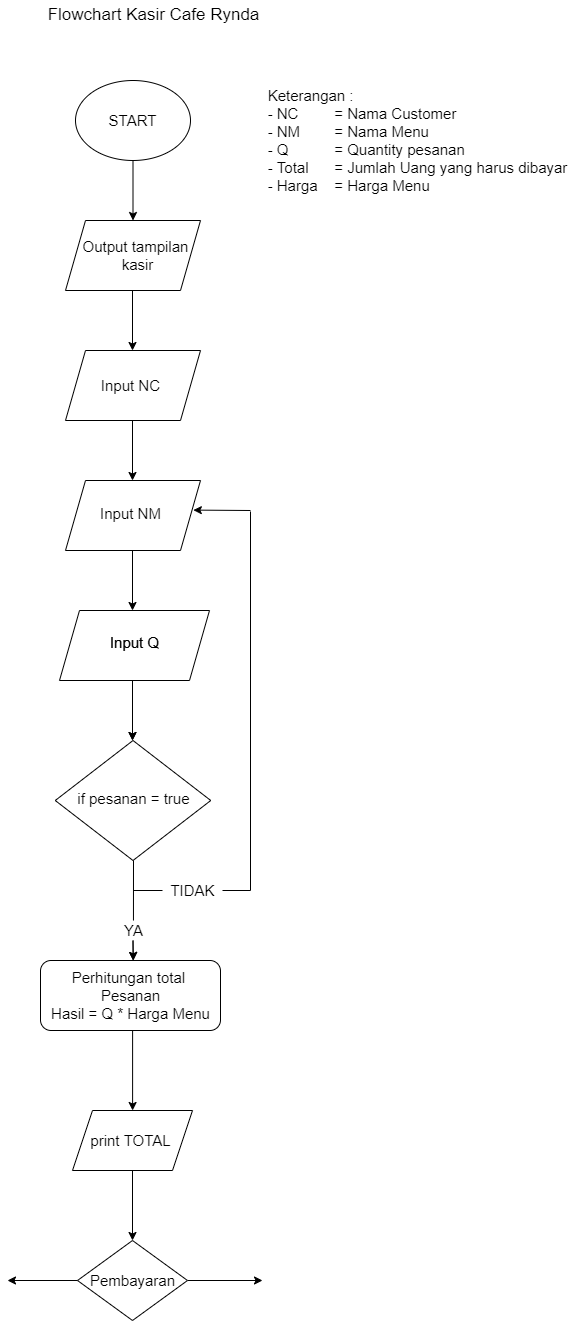
Before: flowchart.drawio.png, a diagram exported from draw.io (meiryndalr/meiryndalr_program_kasir_rynda_cafe). Source tidied: cells renumbered, new cells last; positions are measured from the earlier drawing's top-left corner, leaving out a move shared by most shapes.
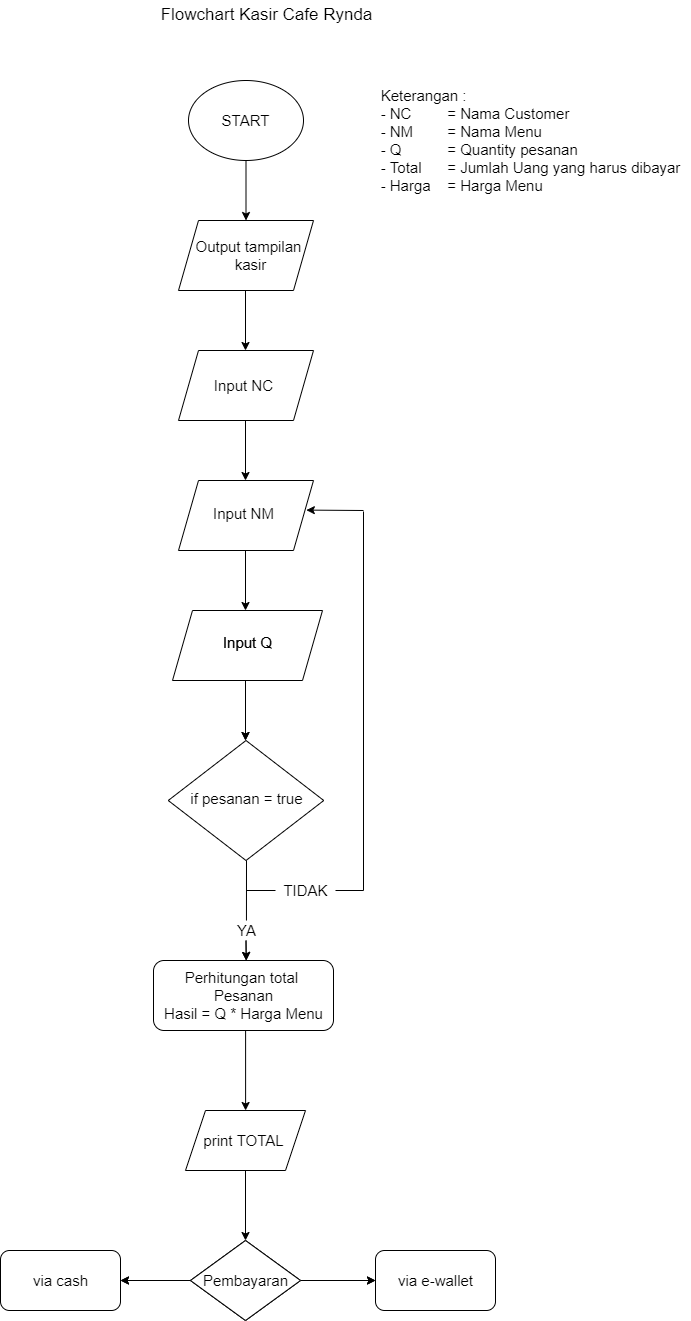
After the change.

Commit message:
add 2 chart processing : via e-wallet and via cash

What changed in the source:
```diff
@@ -165,5 +165,31 @@
     <mxCell id="41" value="Pembayaran" style="text;html=1;align=center;verticalAlign=middle;fillColor=none;strokeColor=none;rounded=0;fontSize=15;" parent="1" vertex="1">
       <mxGeometry x="75" y="1270" width="100" height="20" as="geometry" />
     </mxCell>
+    <mxCell id="42" style="edgeStyle=none;html=1;fontSize=15;" parent="1" edge="1" source="43" target="46">
+      <mxGeometry relative="1" as="geometry" />
+    </mxCell>
+    <mxCell id="43" style="rhombus;whiteSpace=wrap;html=1;fontSize=15;strokeWidth=1;" parent="1" vertex="1">
+      <mxGeometry x="70" y="1240" width="110" height="80" as="geometry" />
+    </mxCell>
+    <mxCell id="44" style="edgeStyle=none;html=1;fontSize=15;" parent="1" edge="1" target="47">
+      <mxGeometry relative="1" as="geometry">
+        <mxPoint x="70" y="1280" as="sourcePoint" />
+      </mxGeometry>
+    </mxCell>
+    <mxCell id="45" value="Pembayaran" style="text;html=1;align=center;verticalAlign=middle;fillColor=none;strokeColor=none;rounded=0;fontSize=15;" parent="1" vertex="1">
+      <mxGeometry x="75" y="1270" width="100" height="20" as="geometry" />
+    </mxCell>
+    <mxCell id="46" style="rounded=1;whiteSpace=wrap;html=1;fontSize=15;strokeWidth=1;" parent="1" vertex="1">
+      <mxGeometry x="255" y="1250" width="120" height="60" as="geometry" />
+    </mxCell>
+    <mxCell id="47" style="rounded=1;whiteSpace=wrap;html=1;fontSize=15;strokeWidth=1;" parent="1" vertex="1">
+      <mxGeometry x="-120" y="1250" width="120" height="60" as="geometry" />
+    </mxCell>
+    <mxCell id="48" value="via cash" style="text;html=1;align=center;verticalAlign=middle;fillColor=none;strokeColor=none;rounded=0;fontSize=15;" parent="1" vertex="1">
+      <mxGeometry x="-95" y="1270" width="70" height="20" as="geometry" />
+    </mxCell>
+    <mxCell id="49" value="via e-wallet" style="text;html=1;align=center;verticalAlign=middle;fillColor=none;strokeColor=none;rounded=0;fontSize=15;" parent="1" vertex="1">
+      <mxGeometry x="270" y="1270" width="90" height="20" as="geometry" />
+    </mxCell>
   </root>
 </mxGraphModel>
```
